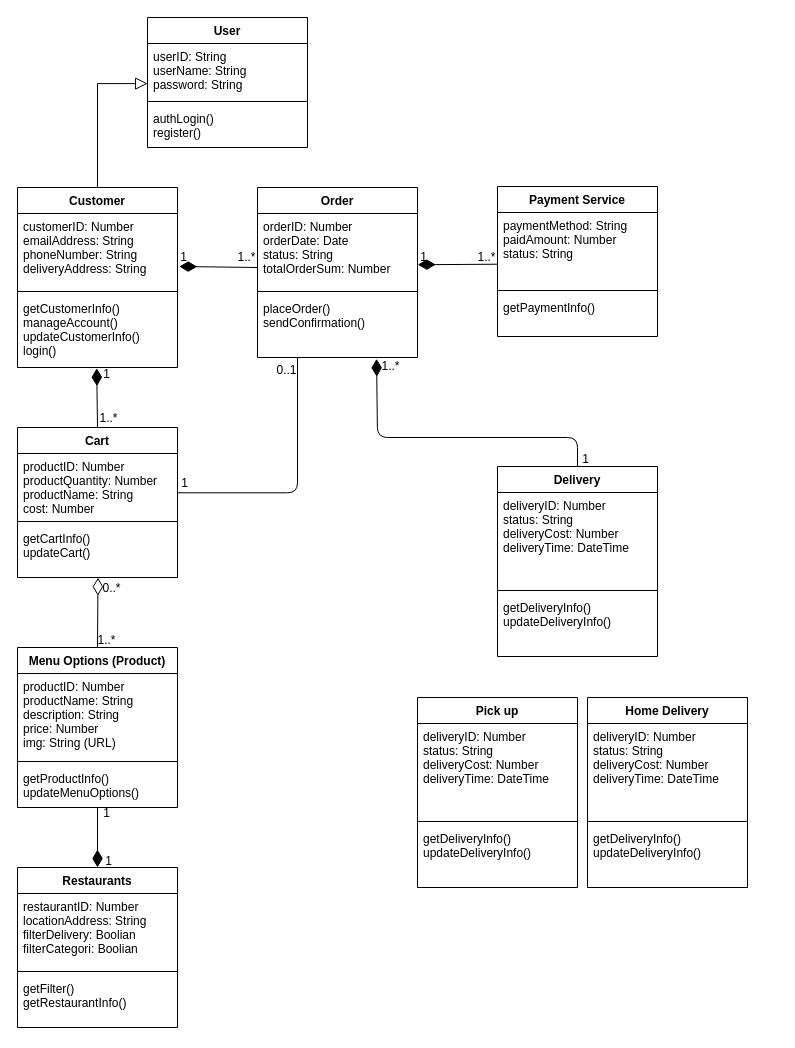
Earlier version of the draw.io diagram page "Class diagram" (3 of 5) of Project work Modellering.drawio (timhallberg/projectworkModellering). Source tidied: cells renumbered, new cells numbered last; positions are measured from the earlier drawing's top-left corner, leaving out a move shared by most shapes. Both pictures are drawn from the tidied source at 100%, with x=0, y=0 at pixel (17, 17).
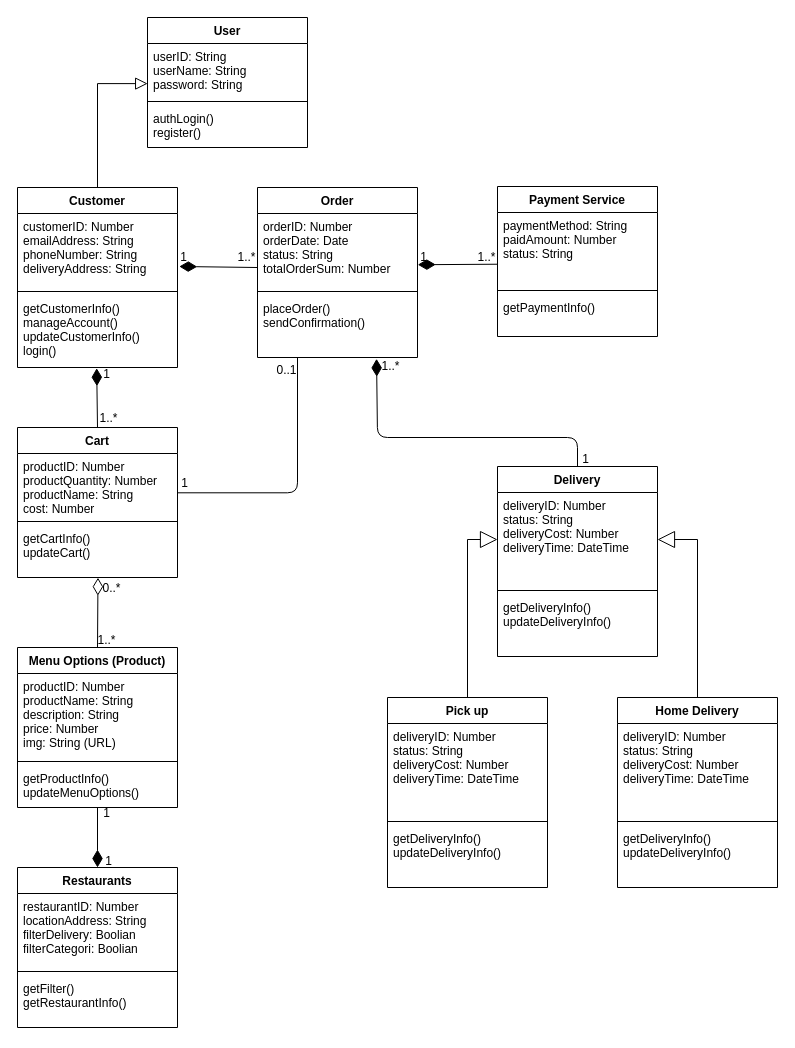
The same page after the edit.

Unchanged cells that the change refers to:
```xml
<mxCell id="25" value="deliveryID: Number&#10;status: String&#10;deliveryCost: Number&#10;deliveryTime: DateTime" style="text;strokeColor=none;fillColor=none;align=left;verticalAlign=top;spacingLeft=4;spacingRight=4;overflow=hidden;points=[[0,0.5],[1,0.5]];portConstraint=eastwest;" parent="24" vertex="1">
  <mxGeometry y="26" width="160" height="94" as="geometry" />
</mxCell>
```

The edit, as a diff of the source:
```diff
@@
+    <mxCell id="64" style="edgeStyle=orthogonalEdgeStyle;rounded=0;jettySize=auto;html=1;endArrow=block;endFill=0;startSize=15;endSize=15;" parent="1" edge="1" source="49" target="25">
+      <mxGeometry relative="1" as="geometry" />
+    </mxCell>
     <mxCell id="49" value="Pick up" style="swimlane;fontStyle=1;align=center;verticalAlign=top;horizontal=1;startSize=26;" parent="1" vertex="1">
-      <mxGeometry x="400" y="680" width="160" height="190" as="geometry" />
+      <mxGeometry x="370" y="680" width="160" height="190" as="geometry" />
     </mxCell>
@@
+    <mxCell id="65" style="edgeStyle=orthogonalEdgeStyle;rounded=0;jettySize=auto;html=1;entryX=1;entryY=0.5;entryDx=0;entryDy=0;endArrow=block;endFill=0;startSize=15;endSize=15;" parent="1" edge="1" source="53" target="25">
+      <mxGeometry relative="1" as="geometry" />
+    </mxCell>
     <mxCell id="53" value="Home Delivery" style="swimlane;fontStyle=1;align=center;verticalAlign=top;horizontal=1;startSize=26;" parent="1" vertex="1">
-      <mxGeometry x="570" y="680" width="160" height="190" as="geometry" />
+      <mxGeometry x="600" y="680" width="160" height="190" as="geometry" />
     </mxCell>
```
